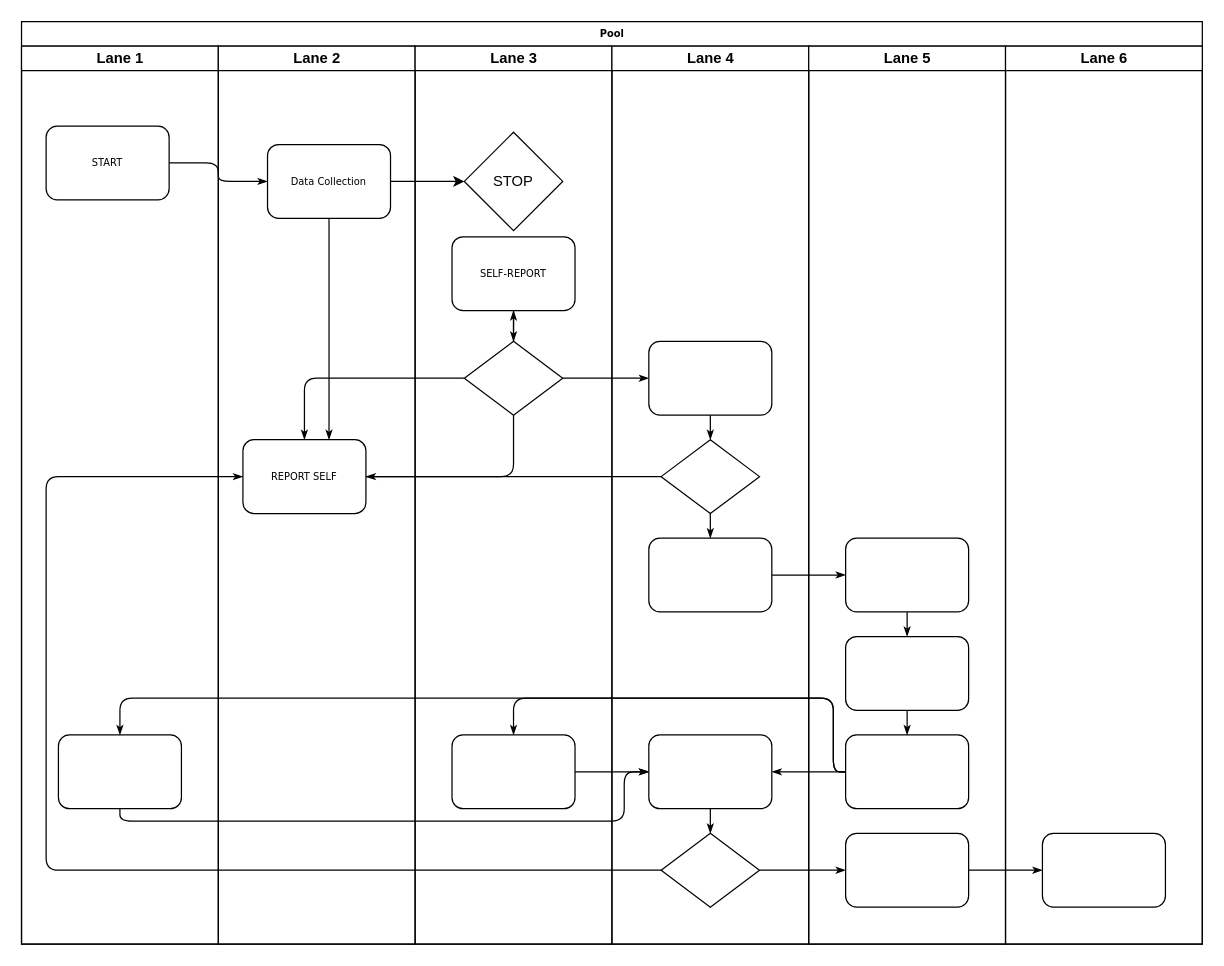
chrisogonas/uploadFiles keeps this draw.io diagram as Untitled Diagram.drawio. Above is the earlier version. Source tidied: cells renumbered, new cells numbered last; positions are measured from the earlier drawing's top-left corner, leaving out a move shared by most shapes. Both pictures are drawn from the tidied source at 123%, with x=0, y=0 at pixel (21, 21).
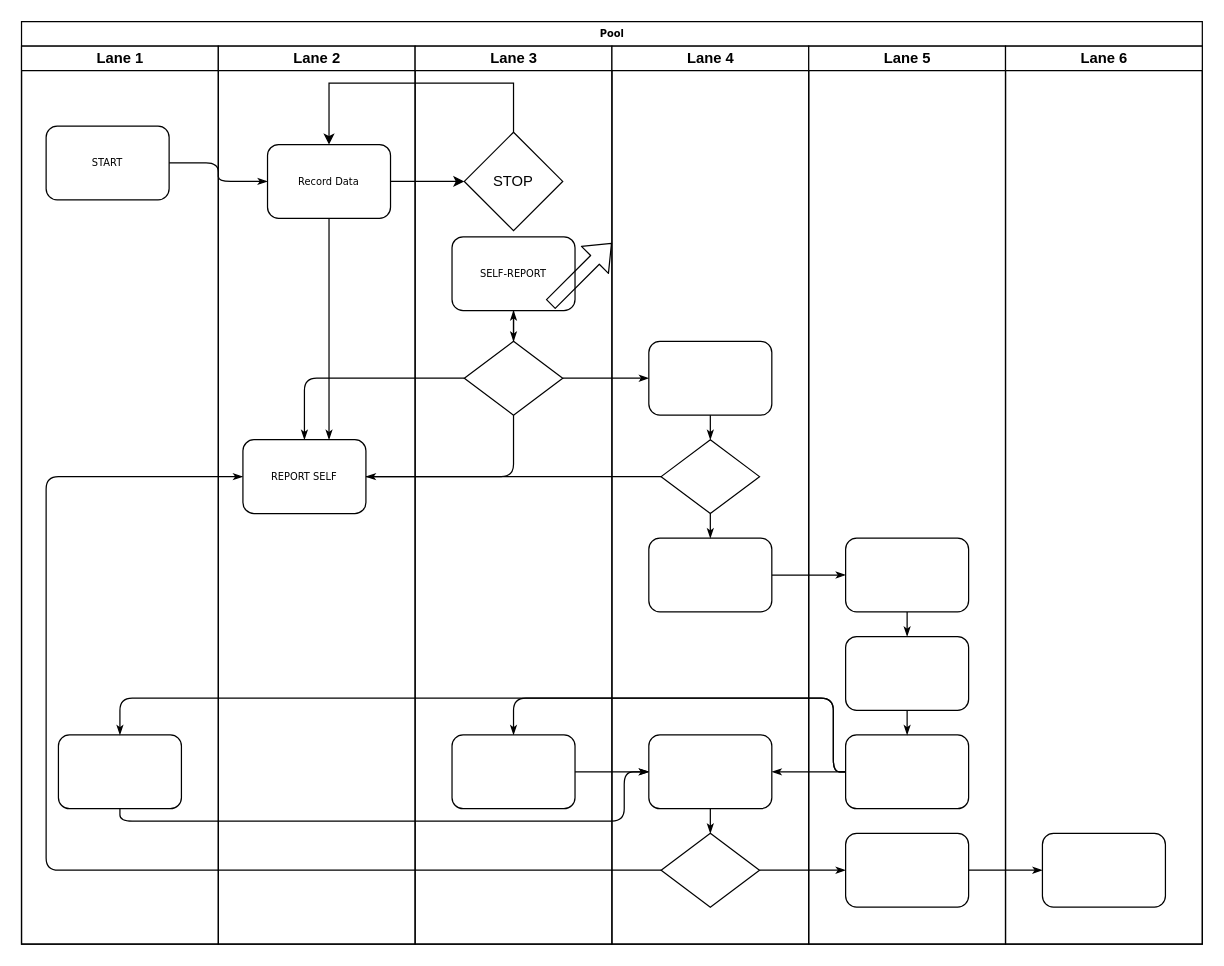
The same page after the edit.

Commit message:
SPH Smoker App Workflow Diagram.drawio

Unchanged cells that the change refers to:
```xml
<mxCell id="2" value="Pool" style="swimlane;html=1;startSize=20;rounded=0;shadow=0;labelBackgroundColor=none;strokeWidth=1;fontFamily=Verdana;fontSize=8;align=center;" parent="1" vertex="1">
  <mxGeometry width="960" height="750" as="geometry" />
</mxCell>
<mxCell id="20" value="Lane 2" style="swimlane;html=1;startSize=20;" parent="2" vertex="1">
  <mxGeometry x="160" y="20" width="160" height="730" as="geometry" />
</mxCell>
<mxCell id="29" value="STOP" style="rhombus;whiteSpace=wrap;html=1;" parent="24" vertex="1">
  <mxGeometry x="40" y="70" width="80" height="80" as="geometry" />
</mxCell>
```

What changed in the source:
```diff
@@
-    <mxCell id="23" value="Data Collection" style="rounded=1;whiteSpace=wrap;html=1;shadow=0;labelBackgroundColor=none;strokeWidth=1;fontFamily=Verdana;fontSize=8;align=center;" parent="20" vertex="1">
+    <mxCell id="23" value="Record Data" style="rounded=1;whiteSpace=wrap;html=1;shadow=0;labelBackgroundColor=none;strokeWidth=1;fontFamily=Verdana;fontSize=8;align=center;" parent="20" vertex="1">
       <mxGeometry x="40" y="80" width="100" height="60" as="geometry" />
     </mxCell>
@@
+    <mxCell id="49" style="edgeStyle=orthogonalEdgeStyle;rounded=0;jettySize=auto;html=1;entryX=0.5;entryY=0;entryDx=0;entryDy=0;strokeColor=#000000;shadow=0;" parent="2" edge="1" source="29" target="23">
+      <mxGeometry relative="1" as="geometry">
+        <Array as="points">
+          <mxPoint x="400" y="50" />
+          <mxPoint x="250" y="50" />
+        </Array>
+      </mxGeometry>
+    </mxCell>
+    <mxCell id="50" style="shape=flexArrow;endArrow=classic;html=1;shadow=0;strokeColor=#000000;comic=0;" parent="1" edge="1">
+      <mxGeometry relative="1" as="geometry">
+        <mxPoint x="430" y="230" as="sourcePoint" />
+        <mxPoint x="480" y="180" as="targetPoint" />
+      </mxGeometry>
+    </mxCell>
```
